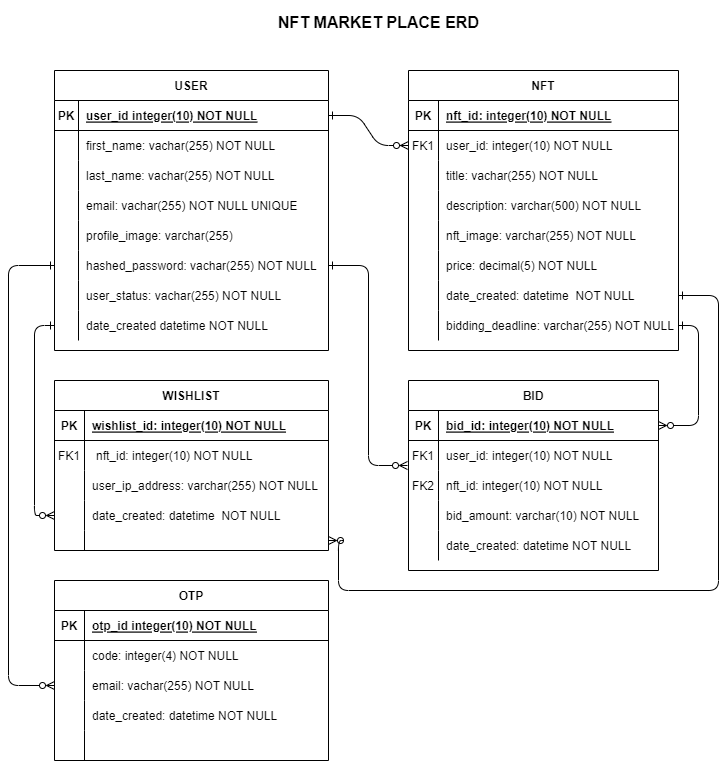
Earlier version of the draw.io export diagrams/entity relationship diagram.png (kevy0915/NFT_MarketPlace). Source tidied: cells renumbered, new cells last; positions are measured from the earlier drawing's top-left corner, leaving out a move shared by most shapes.
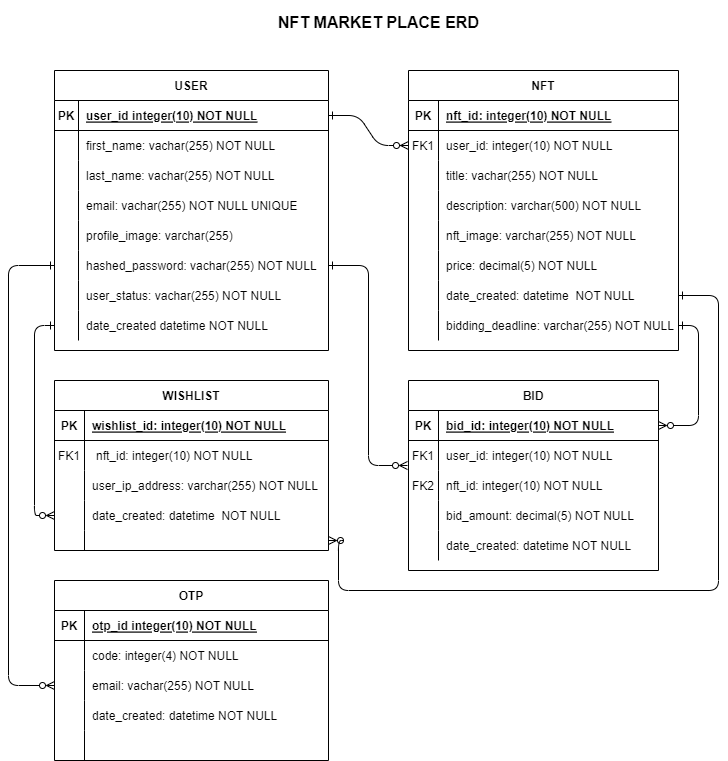
After the change.

Commit message:
changed the data type of bid amount property from varchar to decimal in the bid entity in the erd

Diff of the diagram source:
```diff
@@ -116,7 +116,7 @@
     <mxCell id="39" style="shape=partialRectangle;overflow=hidden;fillColor=none;top=0;left=0;bottom=0;right=0;" parent="38" vertex="1">
       <mxGeometry width="30" height="30" as="geometry" />
     </mxCell>
-    <mxCell id="40" value="bid_amount: varchar(10) NOT NULL" style="shape=partialRectangle;overflow=hidden;fillColor=none;top=0;left=0;bottom=0;right=0;align=left;spacingLeft=6;" parent="38" vertex="1">
+    <mxCell id="40" value="bid_amount: decimal(5) NOT NULL" style="shape=partialRectangle;overflow=hidden;fillColor=none;top=0;left=0;bottom=0;right=0;align=left;spacingLeft=6;" parent="38" vertex="1">
       <mxGeometry x="30" width="220" height="30" as="geometry" />
     </mxCell>
     <mxCell id="41" style="shape=partialRectangle;fillColor=none;top=0;left=0;right=0;bottom=0;" parent="28" vertex="1">
```
